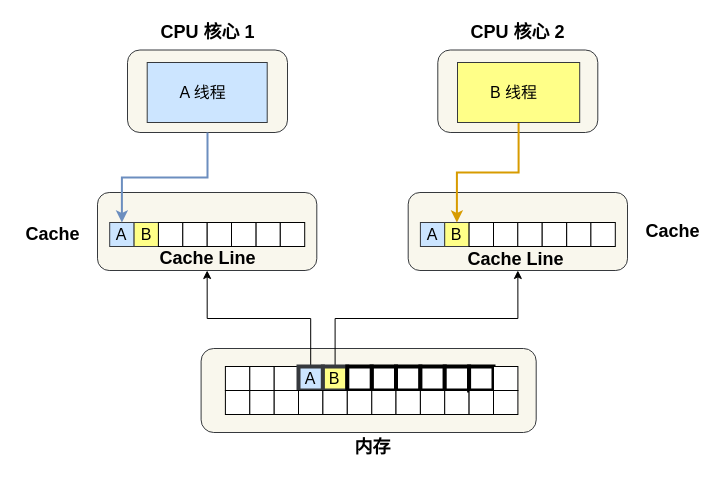
Above: 操作系统/CPU伪共享/同一个缓存行.drawio in xiaolincoder/ImageHost3 (draw.io), before the change. Source tidied: cells renumbered, new cells numbered last; positions are measured from the earlier drawing's top-left corner, leaving out a move shared by most shapes. Both pictures are drawn from the tidied source at 100%, with x=0, y=0 at pixel (17, 17).
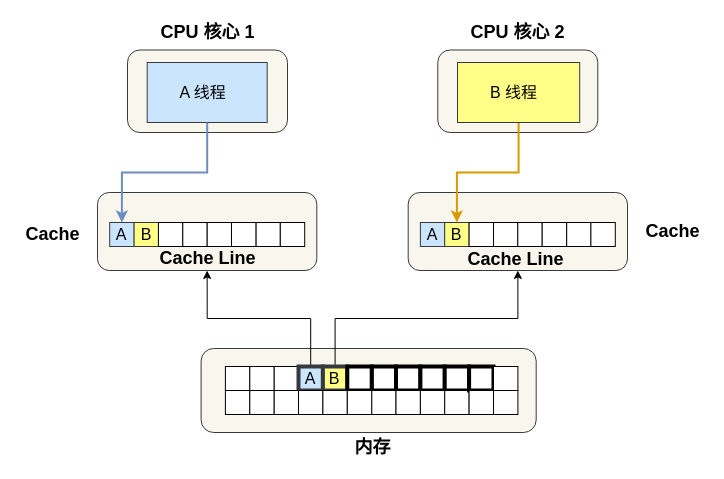
Above is the later version.

Commit message (it also covers changes not shown here):
Update 同一个缓存行.drawio

Unchanged cells that the change refers to:
```xml
<mxCell id="2" style="rounded=1;whiteSpace=wrap;html=1;shadow=0;sketch=0;strokeWidth=1;fillColor=#f9f7ed;strokeColor=#36393d;" parent="1" vertex="1">
  <mxGeometry x="110" y="32.5" width="160" height="82.5" as="geometry" />
</mxCell>
<mxCell id="3" value="&lt;font style=&quot;font-size: 16px&quot;&gt;A 线程&amp;nbsp;&amp;nbsp;&lt;/font&gt;" style="rounded=0;whiteSpace=wrap;html=1;shadow=0;sketch=0;strokeWidth=1;fillColor=#cce5ff;strokeColor=#36393d;" parent="1" vertex="1">
  <mxGeometry x="129.7" y="45" width="120" height="60" as="geometry" />
</mxCell>
<mxCell id="29" value="A" style="rounded=0;whiteSpace=wrap;html=1;fillColor=#cce5ff;strokeColor=#36393d;fontSize=16;" parent="1" vertex="1">
  <mxGeometry x="92.2" y="205" width="24.4" height="24" as="geometry" />
</mxCell>
```

The edit, as a diff of the source:
```diff
@@
-    <mxCell id="56" style="edgeStyle=orthogonalEdgeStyle;rounded=0;jettySize=auto;html=1;entryX=0.5;entryY=0;entryDx=0;entryDy=0;fontSize=18;fillColor=#dae8fc;strokeColor=#6c8ebf;gradientColor=#7ea6e0;strokeWidth=2;" parent="1" edge="1" source="2" target="29">
+    <mxCell id="56" style="edgeStyle=orthogonalEdgeStyle;rounded=0;jettySize=auto;html=1;entryX=0.5;entryY=0;entryDx=0;entryDy=0;fontSize=18;fillColor=#dae8fc;strokeColor=#6c8ebf;gradientColor=#7ea6e0;strokeWidth=2;exitX=0.5;exitY=1;exitDx=0;exitDy=0;" parent="1" edge="1" source="3" target="29">
       <mxGeometry relative="1" as="geometry" />
     </mxCell>
```
